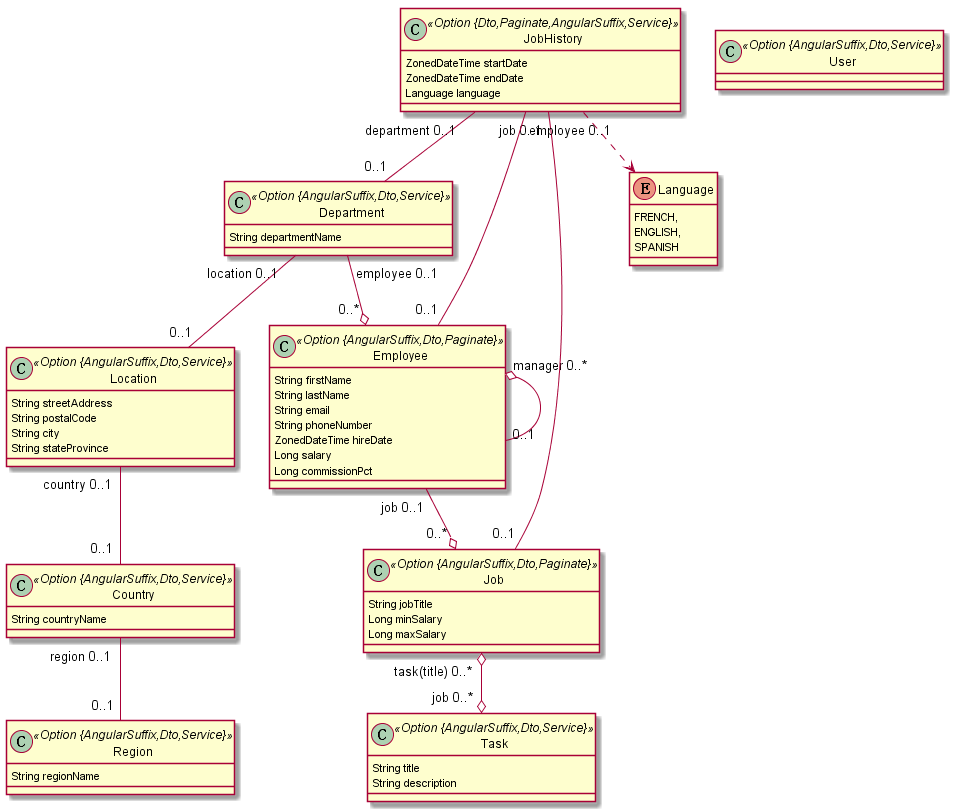
liuganghao/vue-cli keeps this PlantUML diagram as test.png. Above is the earlier version. The source it was exported from:
```plantuml
@startuml
	class Region <<Option {AngularSuffix,Dto,Service}>> {
		String regionName
	}
	class Country <<Option {AngularSuffix,Dto,Service}>> {
		String countryName
	}
	class Location <<Option {AngularSuffix,Dto,Service}>> {
		String streetAddress
		String postalCode
		String city
		String stateProvince
	}
	class Department <<Option {AngularSuffix,Dto,Service}>> {
		String departmentName
	}
	class Task <<Option {AngularSuffix,Dto,Service}>> {
		String title
		String description
	}
	class Employee <<Option {AngularSuffix,Dto,Paginate}>> {
		String firstName
		String lastName
		String email
		String phoneNumber
		ZonedDateTime hireDate
		Long salary
		Long commissionPct
	}
	class Job <<Option {AngularSuffix,Dto,Paginate}>> {
		String jobTitle
		Long minSalary
		Long maxSalary
	}
	class JobHistory <<Option {Dto,Paginate,AngularSuffix,Service}>> {
		ZonedDateTime startDate
		ZonedDateTime endDate
		Language language
	}
	JobHistory ..> Language
	enum Language {
		FRENCH,
		ENGLISH,
		SPANISH
	}
	Country  "region 0..1 " -- "0..1 "  Region
	Location  "country 0..1 " -- "0..1 "  Country
	Department  "location 0..1 " -- "0..1 "  Location
	Job  "task(title) 0..* " o--o "job 0..* "  Task
	Employee  "job 0..1 " --o "0..* "  Job
	Department  "employee 0..1 " --o "0..* "  Employee
	Employee  "manager 0..* " o-- "0..1 "  Employee
	JobHistory  "job 0..1 " -- "0..1 "  Job
	JobHistory  "department 0..1 " -- "0..1 "  Department
	JobHistory  "employee 0..1 " -- "0..1 "  Employee
	class User <<Option {AngularSuffix,Dto,Service}>> {
	}
@enduml
```
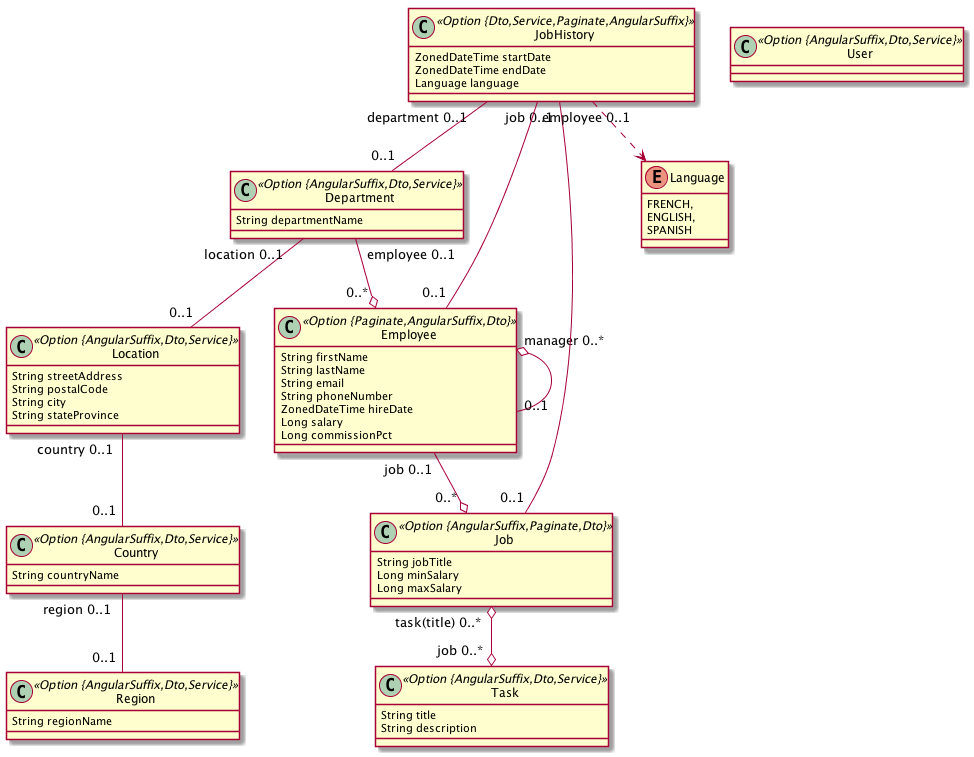
After the change.

The edit, as a diff of the source:
```diff
@@ -18,7 +18,7 @@
 		String title
 		String description
 	}
-	class Employee <<Option {AngularSuffix,Dto,Paginate}>> {
+	class Employee <<Option {Paginate,AngularSuffix,Dto}>> {
 		String firstName
 		String lastName
 		String email
@@ -27,12 +27,12 @@
 		Long salary
 		Long commissionPct
 	}
-	class Job <<Option {AngularSuffix,Dto,Paginate}>> {
+	class Job <<Option {AngularSuffix,Paginate,Dto}>> {
 		String jobTitle
 		Long minSalary
 		Long maxSalary
 	}
-	class JobHistory <<Option {Dto,Paginate,AngularSuffix,Service}>> {
+	class JobHistory <<Option {Dto,Service,Paginate,AngularSuffix}>> {
 		ZonedDateTime startDate
 		ZonedDateTime endDate
 		Language language
```
